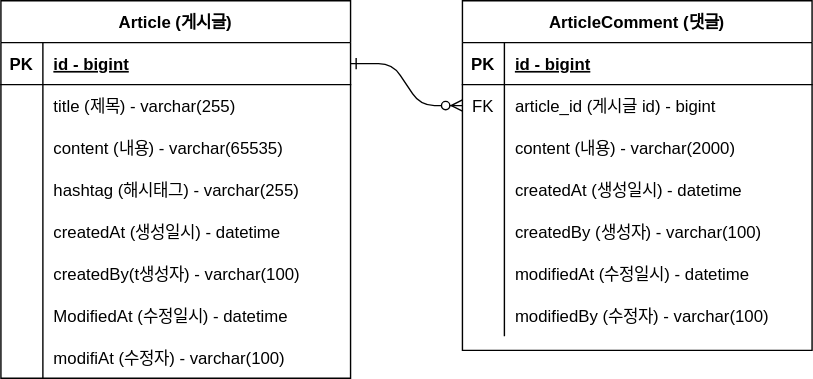
bdd99237/springboot-board keeps this draw.io diagram as document/project-board-erd.svg. Above is the earlier version. Source tidied: cells renumbered, new cells last; positions are measured from the earlier drawing's top-left corner, leaving out a move shared by most shapes.
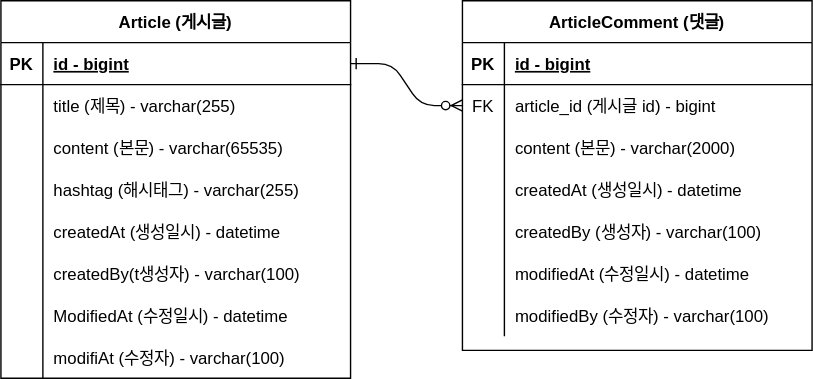
After the change.

Commit message:
#7 - ERD 주석 업데이트: project-board-erd.svg 업데이트

The edit, as a diff of the source:
```diff
@@ -32,7 +32,7 @@
     <mxCell id="11" style="shape=partialRectangle;overflow=hidden;fillColor=none;top=0;left=0;bottom=0;right=0;" parent="10" vertex="1">
       <mxGeometry width="30" height="30" as="geometry" />
     </mxCell>
-    <mxCell id="12" value="content (내용) - varchar(2000)" style="shape=partialRectangle;overflow=hidden;fillColor=none;top=0;left=0;bottom=0;right=0;align=left;spacingLeft=6;" parent="10" vertex="1">
+    <mxCell id="12" value="content (본문) - varchar(2000)" style="shape=partialRectangle;overflow=hidden;fillColor=none;top=0;left=0;bottom=0;right=0;align=left;spacingLeft=6;" parent="10" vertex="1">
       <mxGeometry x="30" width="220" height="30" as="geometry" />
     </mxCell>
     <mxCell id="13" style="shape=partialRectangle;fillColor=none;top=0;left=0;right=0;bottom=0;" parent="3" vertex="1">
@@ -98,7 +98,7 @@
     <mxCell id="33" style="shape=partialRectangle;overflow=hidden;fillColor=none;top=0;left=0;bottom=0;right=0;" parent="32" vertex="1">
       <mxGeometry width="30" height="30" as="geometry" />
     </mxCell>
-    <mxCell id="34" value="content (내용) - varchar(65535)" style="shape=partialRectangle;overflow=hidden;fillColor=none;top=0;left=0;bottom=0;right=0;align=left;spacingLeft=6;" parent="32" vertex="1">
+    <mxCell id="34" value="content (본문) - varchar(65535)" style="shape=partialRectangle;overflow=hidden;fillColor=none;top=0;left=0;bottom=0;right=0;align=left;spacingLeft=6;" parent="32" vertex="1">
       <mxGeometry x="30" width="220" height="30" as="geometry" />
     </mxCell>
     <mxCell id="35" style="shape=partialRectangle;fillColor=none;top=0;left=0;right=0;bottom=0;" parent="25" vertex="1">
```
